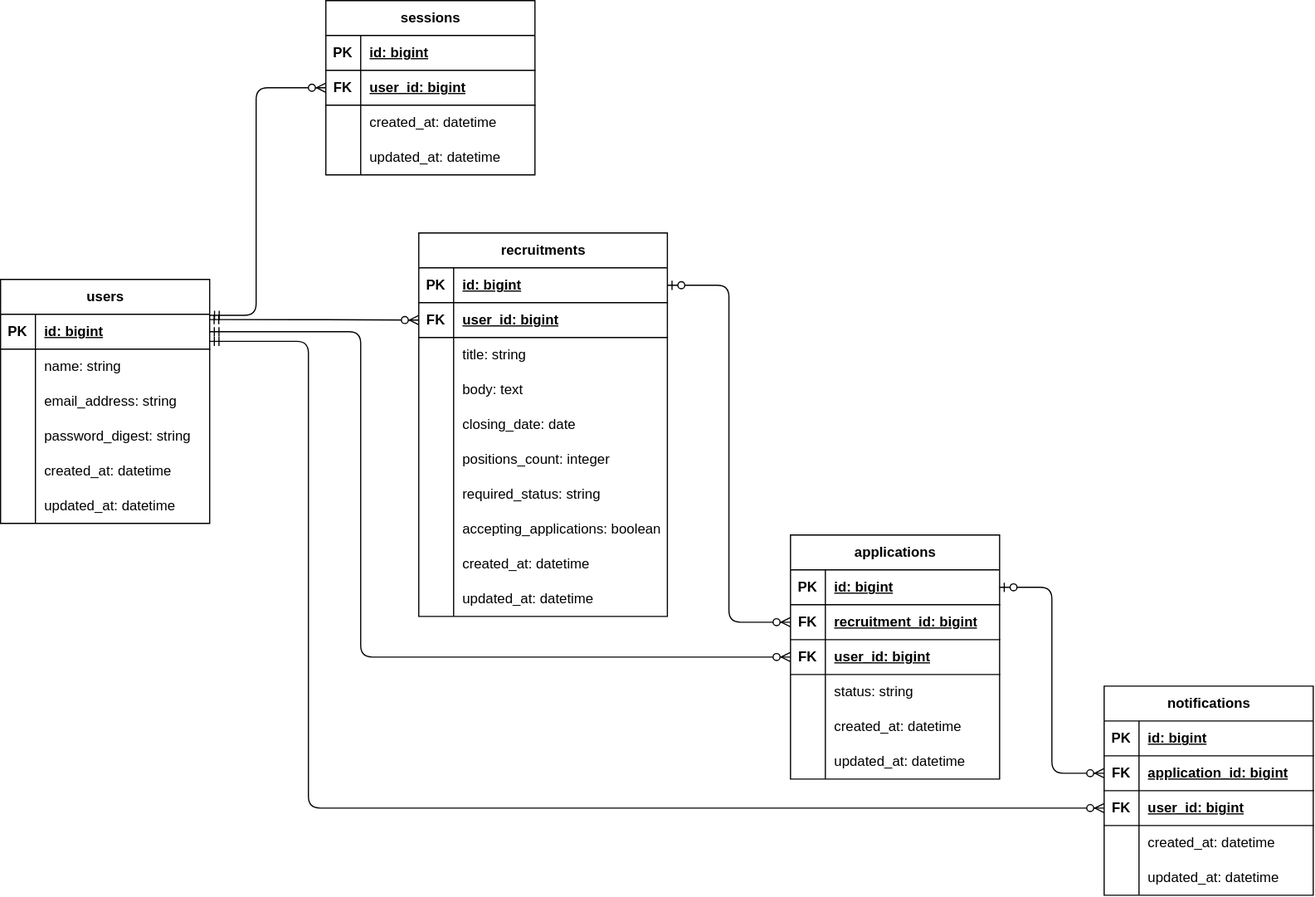
The draw.io diagram docs/er-diagram.drawio.svg in tnakamura0/team-development-matching, before a commit. Source tidied: cells renumbered, new cells last; positions are measured from the earlier drawing's top-left corner, leaving out a move shared by most shapes.
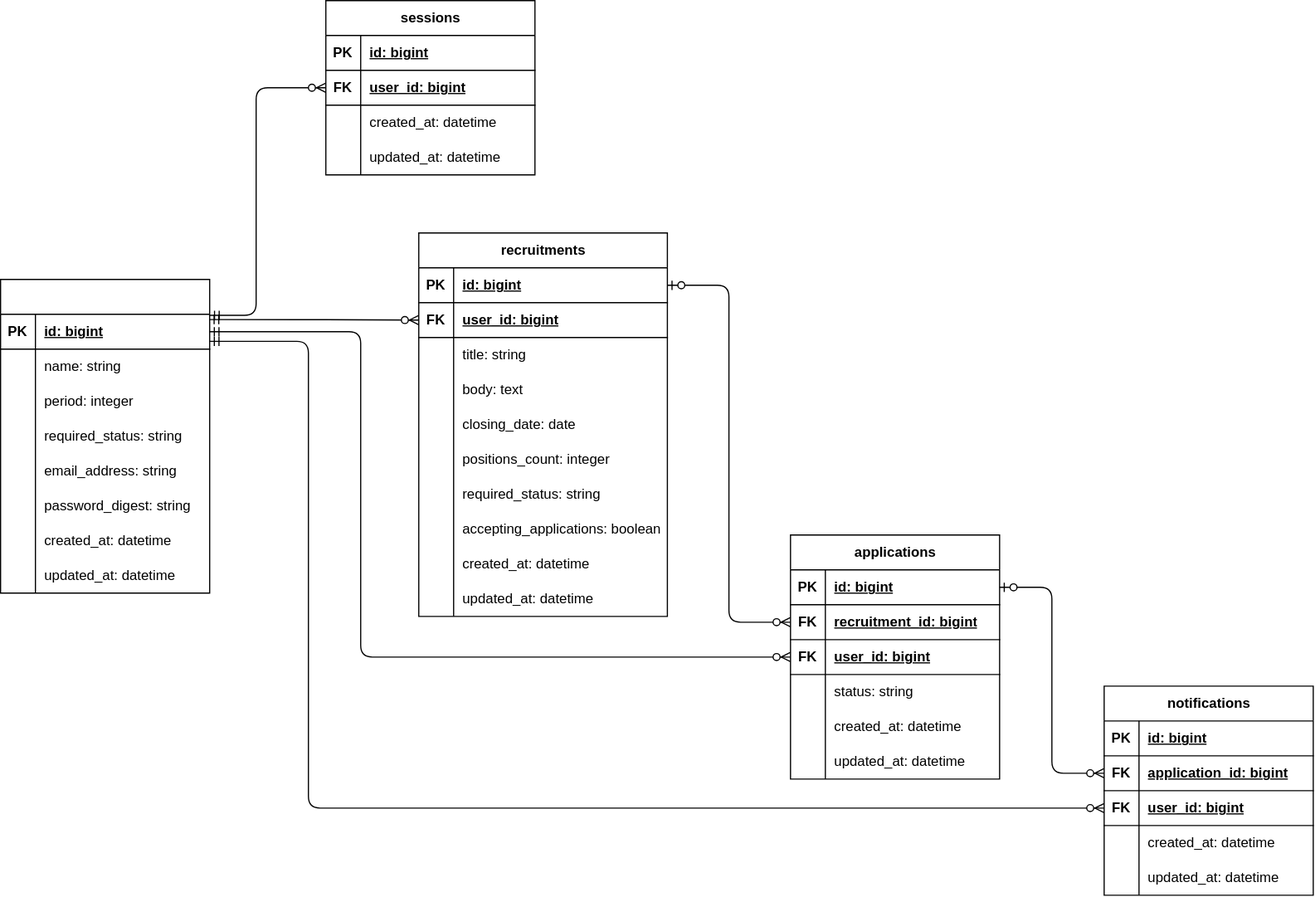
Later version of the same file.

Commit message:
docs: ER図のusersテーブルにperiodとrequired_statusを追加

The edit, as a diff of the source:
```diff
@@ -2,8 +2,8 @@
   <root>
     <mxCell id="0" />
     <mxCell id="1" parent="0" />
-    <mxCell id="2" value="users" style="shape=table;startSize=30;rowLines=0;fontStyle=1;align=center;html=1;" parent="1" vertex="1">
-      <mxGeometry y="240" width="180" height="210" as="geometry" />
+    <mxCell id="2" value="users" style="shape=table;startSize=30;rowLines=0;fontStyle=1;align=center;html=1;fontColor=none;noLabel=1;" parent="1" vertex="1">
+      <mxGeometry y="240" width="180" height="270" as="geometry" />
     </mxCell>
     <mxCell id="3" style="shape=tableRow;horizontal=0;startSize=0;swimlaneHead=0;swimlaneBody=0;fillColor=none;points=[[0,0.5],[1,0.5]];portConstraint=eastwest;top=0;left=0;right=0;bottom=1;" parent="2" vertex="1">
       <mxGeometry y="30" width="180" height="30" as="geometry" />
@@ -29,7 +29,7 @@
     <mxCell id="10" style="shape=partialRectangle;fillColor=none;top=0;left=0;bottom=0;right=0;overflow=hidden;whiteSpace=wrap;html=1;" parent="9" vertex="1">
       <mxGeometry width="30" height="30" as="geometry" />
     </mxCell>
-    <mxCell id="11" value="email_address: string" style="shape=partialRectangle;fillColor=none;top=0;left=0;bottom=0;right=0;align=left;spacingLeft=6;overflow=hidden;whiteSpace=wrap;html=1;" parent="9" vertex="1">
+    <mxCell id="11" value="period: integer" style="shape=partialRectangle;fillColor=none;top=0;left=0;bottom=0;right=0;align=left;spacingLeft=6;overflow=hidden;whiteSpace=wrap;html=1;" parent="9" vertex="1">
       <mxGeometry x="30" width="150" height="30" as="geometry" />
     </mxCell>
     <mxCell id="12" style="shape=tableRow;horizontal=0;startSize=0;swimlaneHead=0;swimlaneBody=0;fillColor=none;top=0;left=0;right=0;bottom=0;" parent="2" vertex="1">
@@ -38,7 +38,7 @@
     <mxCell id="13" style="shape=partialRectangle;fillColor=none;top=0;left=0;bottom=0;right=0;overflow=hidden;whiteSpace=wrap;html=1;" parent="12" vertex="1">
       <mxGeometry width="30" height="30" as="geometry" />
     </mxCell>
-    <mxCell id="14" value="password_digest: string" style="shape=partialRectangle;fillColor=none;top=0;left=0;bottom=0;right=0;align=left;spacingLeft=6;overflow=hidden;whiteSpace=wrap;html=1;" parent="12" vertex="1">
+    <mxCell id="14" value="required_status: string" style="shape=partialRectangle;fillColor=none;top=0;left=0;bottom=0;right=0;align=left;spacingLeft=6;overflow=hidden;whiteSpace=wrap;html=1;" parent="12" vertex="1">
       <mxGeometry x="30" width="150" height="30" as="geometry" />
     </mxCell>
     <mxCell id="15" style="shape=tableRow;horizontal=0;startSize=0;swimlaneHead=0;swimlaneBody=0;fillColor=none;top=0;left=0;right=0;bottom=0;" parent="2" vertex="1">
@@ -47,7 +47,7 @@
     <mxCell id="16" style="shape=partialRectangle;fillColor=none;top=0;left=0;bottom=0;right=0;overflow=hidden;whiteSpace=wrap;html=1;" parent="15" vertex="1">
       <mxGeometry width="30" height="30" as="geometry" />
     </mxCell>
-    <mxCell id="17" value="created_at: datetime" style="shape=partialRectangle;fillColor=none;top=0;left=0;bottom=0;right=0;align=left;spacingLeft=6;overflow=hidden;whiteSpace=wrap;html=1;" parent="15" vertex="1">
+    <mxCell id="17" value="&lt;span style=&quot;color: rgb(0, 0, 0);&quot;&gt;email_address: string&lt;/span&gt;" style="shape=partialRectangle;fillColor=none;top=0;left=0;bottom=0;right=0;align=left;spacingLeft=6;overflow=hidden;whiteSpace=wrap;html=1;" parent="15" vertex="1">
       <mxGeometry x="30" width="150" height="30" as="geometry" />
     </mxCell>
     <mxCell id="18" style="shape=tableRow;horizontal=0;startSize=0;swimlaneHead=0;swimlaneBody=0;fillColor=none;top=0;left=0;right=0;bottom=0;" parent="2" vertex="1">
@@ -56,9 +56,27 @@
     <mxCell id="19" style="shape=partialRectangle;fillColor=none;top=0;left=0;bottom=0;right=0;overflow=hidden;whiteSpace=wrap;html=1;" parent="18" vertex="1">
       <mxGeometry width="30" height="30" as="geometry" />
     </mxCell>
-    <mxCell id="20" value="updated_at: datetime" style="shape=partialRectangle;fillColor=none;top=0;left=0;bottom=0;right=0;align=left;spacingLeft=6;overflow=hidden;whiteSpace=wrap;html=1;" parent="18" vertex="1">
+    <mxCell id="20" value="&lt;span style=&quot;color: rgb(0, 0, 0);&quot;&gt;password_digest: string&lt;/span&gt;" style="shape=partialRectangle;fillColor=none;top=0;left=0;bottom=0;right=0;align=left;spacingLeft=6;overflow=hidden;whiteSpace=wrap;html=1;" parent="18" vertex="1">
       <mxGeometry x="30" width="150" height="30" as="geometry" />
     </mxCell>
+    <mxCell id="106" style="shape=tableRow;horizontal=0;startSize=0;swimlaneHead=0;swimlaneBody=0;fillColor=none;top=0;left=0;right=0;bottom=0;" parent="2" vertex="1">
+      <mxGeometry y="210" width="180" height="30" as="geometry" />
+    </mxCell>
+    <mxCell id="107" style="shape=partialRectangle;fillColor=none;top=0;left=0;bottom=0;right=0;overflow=hidden;whiteSpace=wrap;html=1;" parent="106" vertex="1">
+      <mxGeometry width="30" height="30" as="geometry" />
+    </mxCell>
+    <mxCell id="108" value="&lt;span style=&quot;color: rgb(0, 0, 0);&quot;&gt;created_at: datetime&lt;/span&gt;" style="shape=partialRectangle;fillColor=none;top=0;left=0;bottom=0;right=0;align=left;spacingLeft=6;overflow=hidden;whiteSpace=wrap;html=1;" parent="106" vertex="1">
+      <mxGeometry x="30" width="150" height="30" as="geometry" />
+    </mxCell>
+    <mxCell id="109" style="shape=tableRow;horizontal=0;startSize=0;swimlaneHead=0;swimlaneBody=0;fillColor=none;top=0;left=0;right=0;bottom=0;" parent="2" vertex="1">
+      <mxGeometry y="240" width="180" height="30" as="geometry" />
+    </mxCell>
+    <mxCell id="110" style="shape=partialRectangle;fillColor=none;top=0;left=0;bottom=0;right=0;overflow=hidden;whiteSpace=wrap;html=1;" parent="109" vertex="1">
+      <mxGeometry width="30" height="30" as="geometry" />
+    </mxCell>
+    <mxCell id="111" value="updated_at: datetime" style="shape=partialRectangle;fillColor=none;top=0;left=0;bottom=0;right=0;align=left;spacingLeft=6;overflow=hidden;whiteSpace=wrap;html=1;" parent="109" vertex="1">
+      <mxGeometry x="30" width="150" height="30" as="geometry" />
+    </mxCell>
     <mxCell id="21" value="recruitments" style="shape=table;startSize=30;rowLines=0;fontStyle=1;align=center;html=1;" parent="1" vertex="1">
       <mxGeometry x="360" y="200" width="214" height="330" as="geometry" />
     </mxCell>
```
